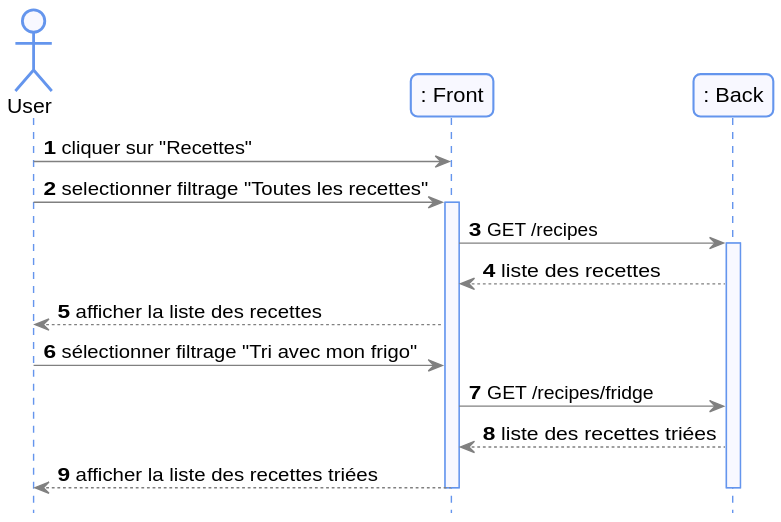
The PlantUML diagram docs/diagram/out/recipesSystem.svg in romainvacheret/wadge-backend, before a commit.
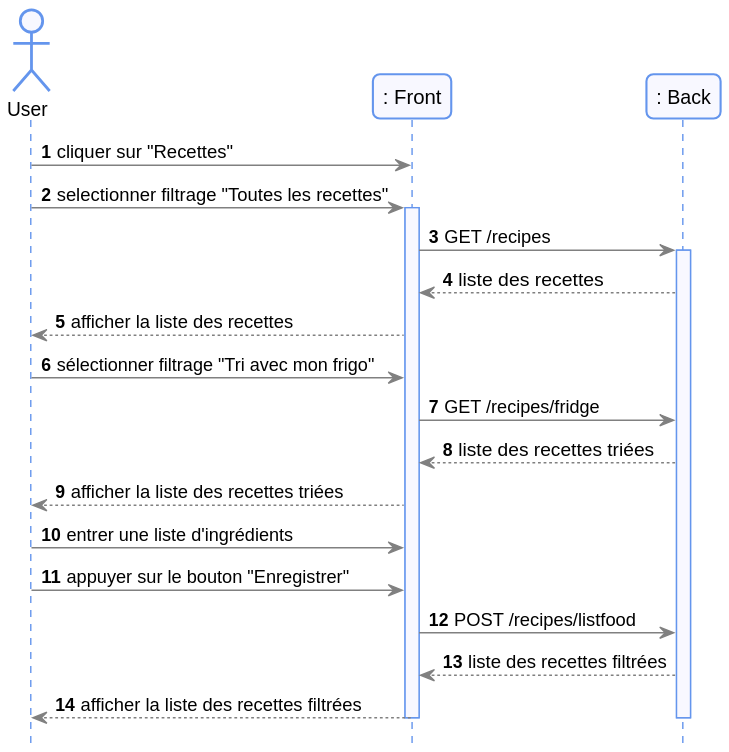
Later version of the same file.

Commit message:
docs: add diagrams for recipes filter

Change to the diagram source:
```diff
@@ -17,7 +17,13 @@
     User -> frontend: sélectionner filtrage "Tri avec mon frigo"
     frontend -> backend: GET /recipes/fridge
     backend --> frontend: liste  des recettes triées
-        frontend --> User: afficher la liste des recettes triées
+    frontend --> User: afficher la liste des recettes triées
+
+    User -> frontend: entrer une liste d'ingrédients
+    User -> frontend: appuyer sur le bouton "Enregistrer"
+    frontend -> backend: POST /recipes/listfood
+    backend --> frontend: liste des recettes filtrées
+    frontend --> User: afficher la liste des recettes filtrées
     deactivate backend
 
     deactivate frontend
```
